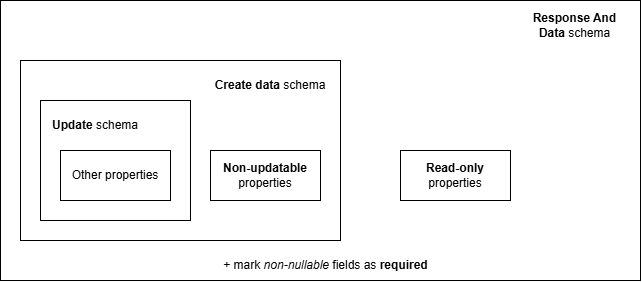
elhub/flex-information-system keeps this draw.io diagram as docs/diagrams/openapi-schemas-no-create.drawio.png. Above is the earlier version. Source tidied: cells renumbered, new cells last; positions are measured from the earlier drawing's top-left corner, leaving out a move shared by most shapes.
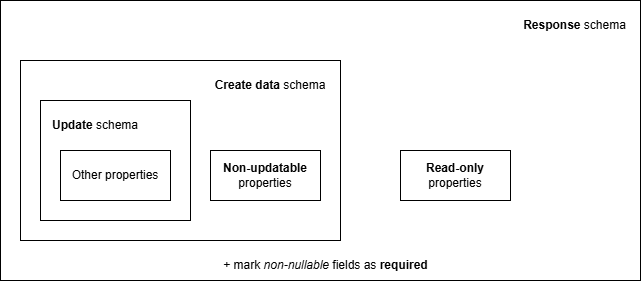
After the change.

Change to the diagram source:
```diff
@@ -29,7 +29,7 @@
     <mxCell id="10" value="+ mark &lt;i&gt;non-nullable&lt;/i&gt; fields as&amp;nbsp;&lt;b&gt;required&lt;/b&gt;" style="text;html=1;align=center;verticalAlign=middle;whiteSpace=wrap;rounded=0;" parent="1" vertex="1">
       <mxGeometry x="202.5" y="250" width="245" height="30" as="geometry" />
     </mxCell>
-    <mxCell id="11" value="&lt;b&gt;Response And Data&lt;/b&gt;&amp;nbsp;schema" style="text;html=1;align=center;verticalAlign=middle;whiteSpace=wrap;rounded=0;fontColor=light-dark(#000000,#99FF99);" parent="1" vertex="1">
+    <mxCell id="11" value="&lt;b&gt;Response &lt;/b&gt;schema" style="text;html=1;align=center;verticalAlign=middle;whiteSpace=wrap;rounded=0;fontColor=light-dark(#000000,#99FF99);" parent="1" vertex="1">
       <mxGeometry x="520" y="10" width="109" height="30" as="geometry" />
     </mxCell>
   </root>
```
